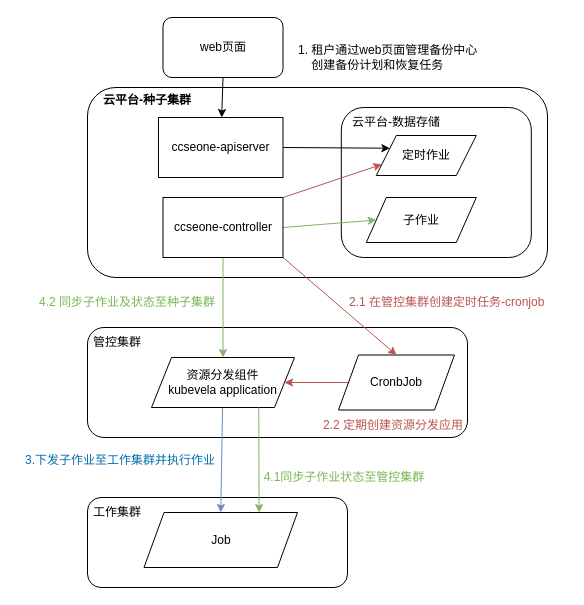
Before: page "专利-作业管理" (5 of 17) of drawio/zz.drawio in Tiny-VS-Lina/ccse, a draw.io diagram. Source tidied: cells renumbered, new cells numbered last; positions are measured from the earlier drawing's top-left corner, leaving out a move shared by most shapes. Both pictures are drawn from the tidied source at 100%, with x=0, y=0 at pixel (17, 17).
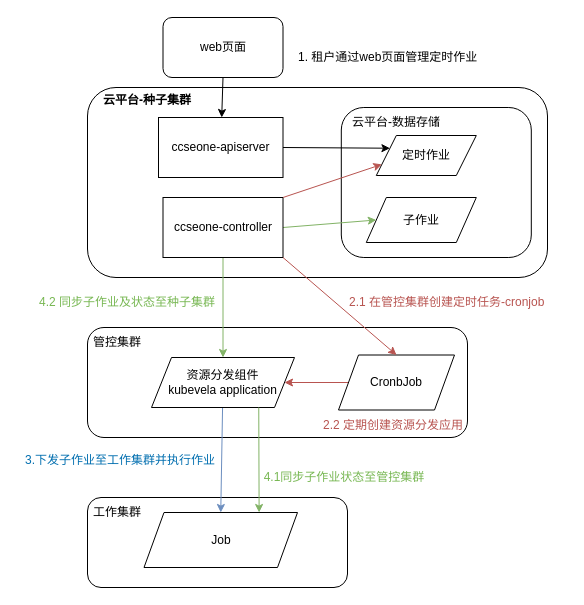
The same page after the edit.

Diff of the diagram source:
```diff
@@
-    <mxCell id="22" value="1.&amp;nbsp;租户通过web页面管理备份中心&lt;br&gt;&amp;nbsp; &amp;nbsp; 创建备份计划和恢复任务" style="text;html=1;strokeColor=none;fillColor=none;align=left;verticalAlign=middle;whiteSpace=wrap;rounded=0;" parent="1" vertex="1">
+    <mxCell id="22" value="1.&amp;nbsp;租户通过web页面管理定时作业" style="text;html=1;strokeColor=none;fillColor=none;align=left;verticalAlign=middle;whiteSpace=wrap;rounded=0;" parent="1" vertex="1">
       <mxGeometry x="278.5" y="20" width="201" height="40" as="geometry" />
     </mxCell>
```
